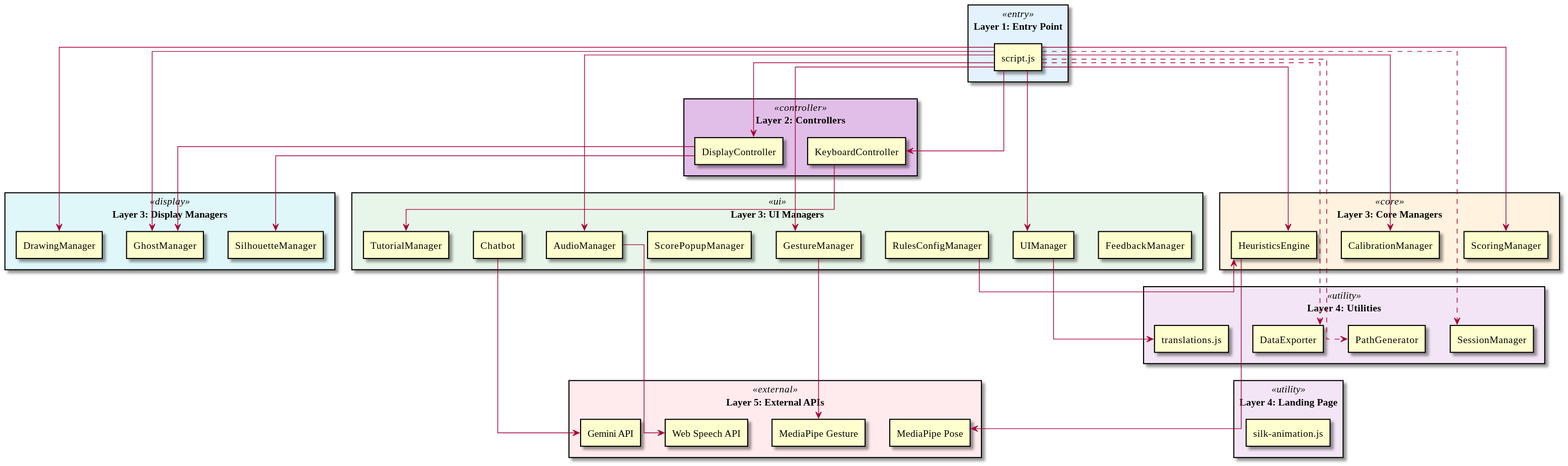
The PlantUML diagram out/docs/diagrams/ModuleDependencies/ModuleDependencies.svg in vyut/TaijiFlow, before a commit.
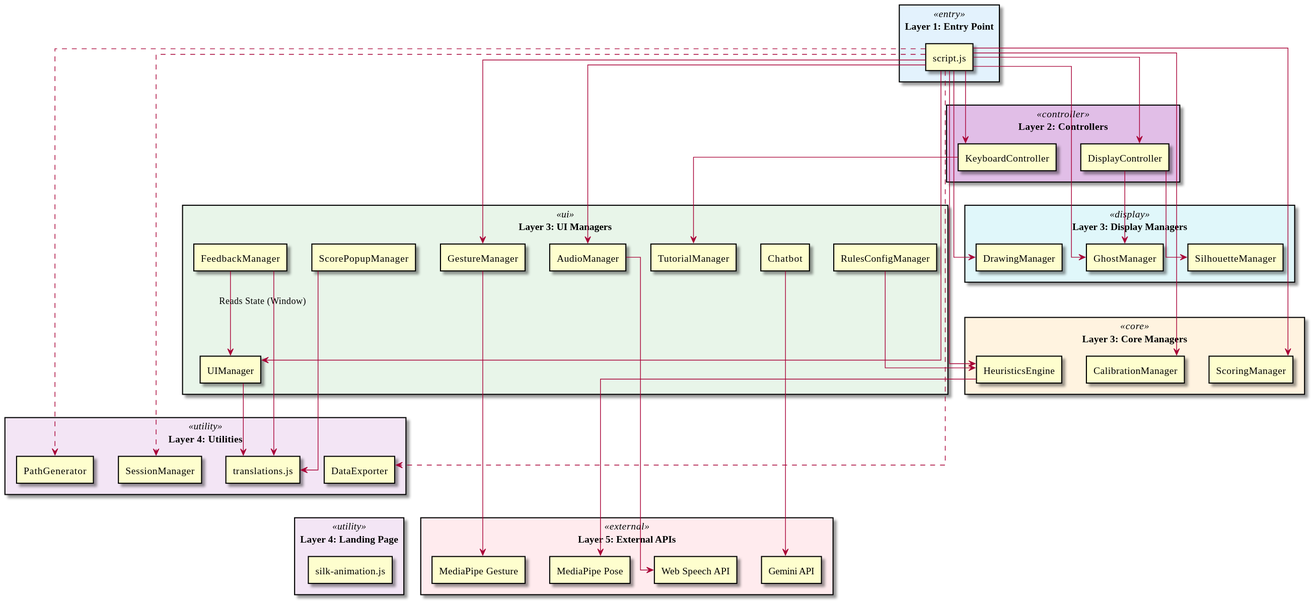
The same file after the commit.

Diff of the diagram source:
```diff
@@ -106,6 +106,9 @@
 
 RulesConfig --> Heuristics
 UI --> Translations
+Feedback --> UI : Reads State (Window)
+Feedback --> Translations
+ScorePopup --> Translations
 
 Heuristics --> MPPose
 Gesture --> MPGesture
```
